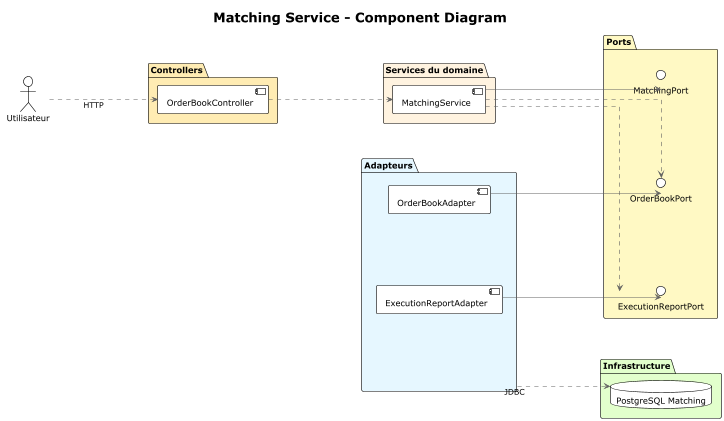
Earlier version of the PlantUML export docs/architecture/4+1/developmentView/componentDiagram-matching.png (Hugo-12341234/BrokerX_MicroServices). Its diagram source:
```plantuml
@startuml "Matching Service - Component Diagram"
!theme plain
skinparam backgroundColor #FFFFFF
skinparam componentStyle uml2
skinparam linetype ortho
skinparam shadowing false
skinparam ArrowColor #606060
skinparam FontColor #404040
skinparam nodesep 120
skinparam ranksep 180
left to right direction

title "Matching Service - Component Diagram"

actor "Utilisateur" as Utilisateur

package "Controllers" #FFECB3 {
  [OrderBookController] as OrderBookCtrl
}

package "Services du domaine" #FFF3E0 {
  [MatchingService] as MatchingSvc
}

package "Adapteurs" #E6F7FF {
  [OrderBookAdapter] as OrderBookAdapter
  [ExecutionReportAdapter] as ExecutionReportAdapter
}

package "Ports" #FFF9C4 {
  interface "OrderBookPort" as IOrderBookPort
  interface "ExecutionReportPort" as IExecReportPort
  interface "MatchingPort" as IMatchingPort
}

package "Infrastructure" #E2FFCC {
  database "PostgreSQL Matching" as DBMatching
}

Utilisateur ..> OrderBookCtrl : HTTP
OrderBookCtrl ..> MatchingSvc
MatchingSvc ..> IOrderBookPort
MatchingSvc ..> IExecReportPort
MatchingSvc --> IMatchingPort
OrderBookAdapter --> IOrderBookPort
ExecutionReportAdapter --> IExecReportPort
"Adapteurs" ..> DBMatching : JDBC
@enduml
```
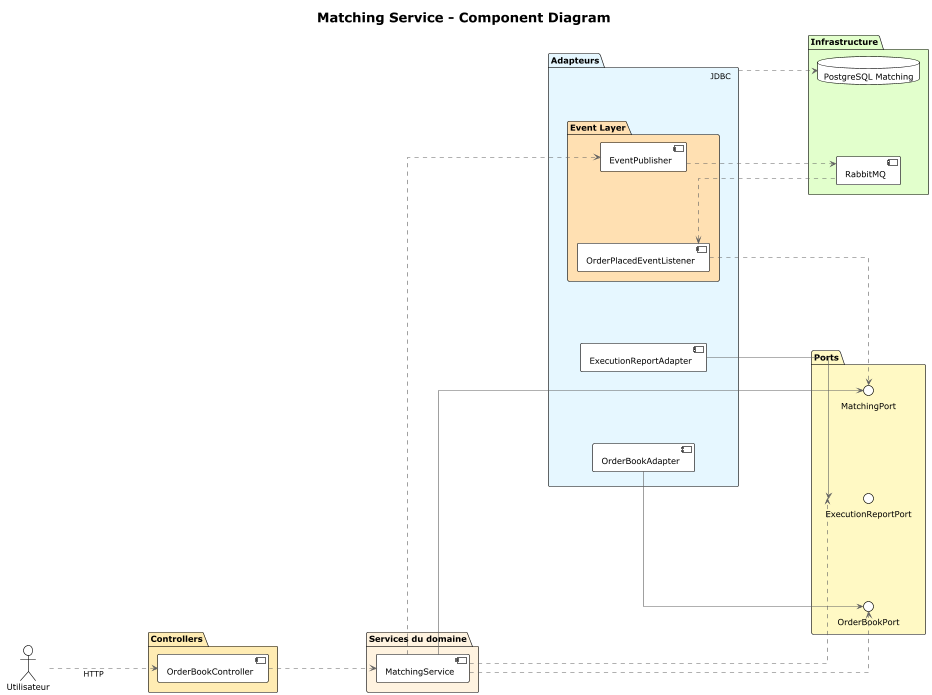
After the change.

Change to the diagram source:
```diff
@@ -25,6 +25,11 @@
 package "Adapteurs" #E6F7FF {
   [OrderBookAdapter] as OrderBookAdapter
   [ExecutionReportAdapter] as ExecutionReportAdapter
+
+  package "Event Layer" #FFE0B2 {
+    [OrderPlacedEventListener] as OrderListener
+    [EventPublisher] as EventPublisher
+  }
 }
 
 package "Ports" #FFF9C4 {
@@ -35,6 +40,7 @@
 
 package "Infrastructure" #E2FFCC {
   database "PostgreSQL Matching" as DBMatching
+  component "RabbitMQ" as RabbitMQ
 }
 
 Utilisateur ..> OrderBookCtrl : HTTP
@@ -45,4 +51,8 @@
 OrderBookAdapter --> IOrderBookPort
 ExecutionReportAdapter --> IExecReportPort
 "Adapteurs" ..> DBMatching : JDBC
+OrderListener ..> IMatchingPort
+MatchingSvc ..> EventPublisher
+OrderListener <.. RabbitMQ
+EventPublisher ..> RabbitMQ
 @enduml
```
